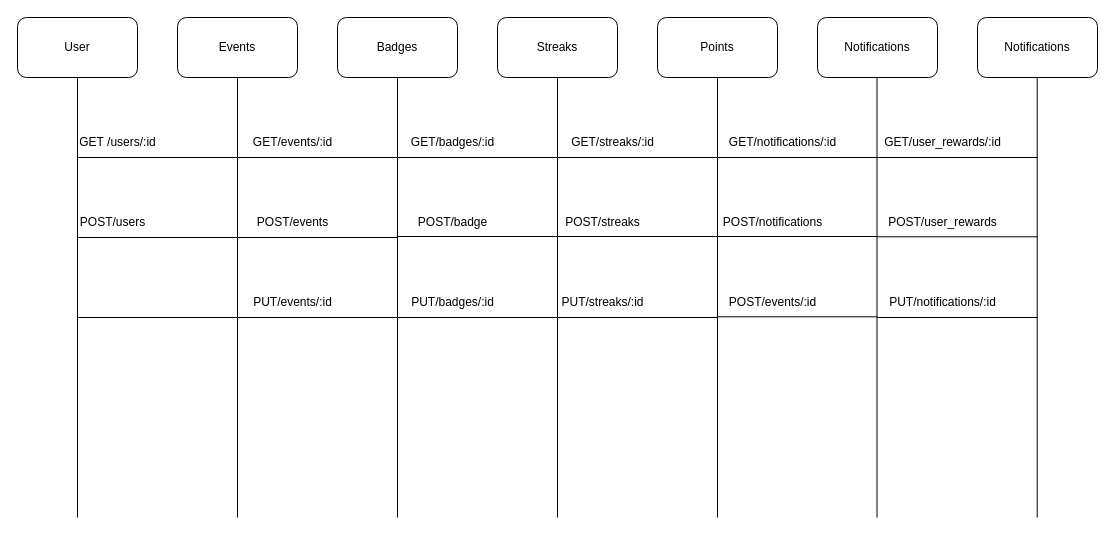
Sky-monster/Diagrams keeps this draw.io diagram as API.drawio. Above is the earlier version. Source tidied: cells renumbered, new cells numbered last; positions are measured from the earlier drawing's top-left corner, leaving out a move shared by most shapes. Both pictures are drawn from the tidied source at 100%, with x=0, y=0 at pixel (17, 17).
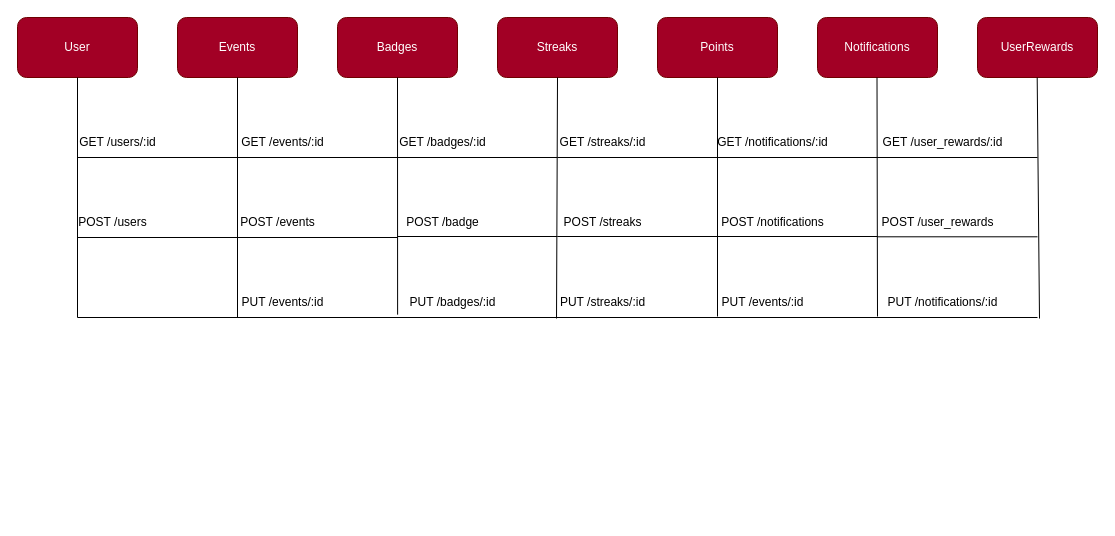
The same diagram, later.

Change to the diagram source:
```diff
@@
-    <mxCell id="2" value="User" style="rounded=1;whiteSpace=wrap;html=1;" parent="1" vertex="1">
+    <mxCell id="2" value="User" style="rounded=1;whiteSpace=wrap;html=1;fillColor=#a20025;strokeColor=#6F0000;fontFamily=Arial;fontColor=#ffffff;" parent="1" vertex="1">
       <mxGeometry width="120" height="60" as="geometry" />
     </mxCell>
-    <mxCell id="3" value="Badges" style="rounded=1;whiteSpace=wrap;html=1;" parent="1" vertex="1">
+    <mxCell id="3" value="Badges" style="rounded=1;whiteSpace=wrap;html=1;fillColor=#a20025;strokeColor=#6F0000;fontFamily=Arial;fontColor=#ffffff;" parent="1" vertex="1">
       <mxGeometry x="320" width="120" height="60" as="geometry" />
     </mxCell>
-    <mxCell id="4" value="Streaks" style="rounded=1;whiteSpace=wrap;html=1;" parent="1" vertex="1">
+    <mxCell id="4" value="Streaks" style="rounded=1;whiteSpace=wrap;html=1;fillColor=#a20025;strokeColor=#6F0000;fontFamily=Arial;fontColor=#ffffff;" parent="1" vertex="1">
       <mxGeometry x="480" width="120" height="60" as="geometry" />
     </mxCell>
-    <mxCell id="5" value="Points" style="rounded=1;whiteSpace=wrap;html=1;" parent="1" vertex="1">
+    <mxCell id="5" value="Points" style="rounded=1;whiteSpace=wrap;html=1;fillColor=#a20025;strokeColor=#6F0000;fontFamily=Arial;fontColor=#ffffff;" parent="1" vertex="1">
       <mxGeometry x="640" width="120" height="60" as="geometry" />
     </mxCell>
-    <mxCell id="6" value="Events" style="rounded=1;whiteSpace=wrap;html=1;" parent="1" vertex="1">
+    <mxCell id="6" value="Events" style="rounded=1;whiteSpace=wrap;html=1;fillColor=#a20025;strokeColor=#6F0000;fontFamily=Arial;fontColor=#ffffff;" parent="1" vertex="1">
       <mxGeometry x="160" width="120" height="60" as="geometry" />
     </mxCell>
-    <mxCell id="7" value="Notifications" style="rounded=1;whiteSpace=wrap;html=1;" parent="1" vertex="1">
+    <mxCell id="7" value="Notifications" style="rounded=1;whiteSpace=wrap;html=1;fillColor=#a20025;strokeColor=#6F0000;fontFamily=Arial;fontColor=#ffffff;" parent="1" vertex="1">
       <mxGeometry x="800" width="120" height="60" as="geometry" />
     </mxCell>
-    <mxCell id="8" style="endArrow=none;html=1;rounded=0;entryX=0.5;entryY=1;entryDx=0;entryDy=0;" parent="1" edge="1" target="3">
-      <mxGeometry relative="1" as="geometry">
-        <mxPoint x="380" y="500" as="sourcePoint" />
-      </mxGeometry>
+    <mxCell id="8" style="endArrow=none;html=1;rounded=0;entryX=0.5;entryY=1;entryDx=0;entryDy=0;exitX=0.001;exitY=0.905;exitDx=0;exitDy=0;exitPerimeter=0;" parent="1" edge="1" source="36" target="3">
+      <mxGeometry relative="1" as="geometry" />
     </mxCell>
     <mxCell id="9" style="endArrow=none;html=1;rounded=0;entryX=0.5;entryY=1;entryDx=0;entryDy=0;" parent="1" edge="1" target="5">
       <mxGeometry relative="1" as="geometry">
-        <mxPoint x="700" y="500" as="sourcePoint" />
+        <mxPoint x="700" y="299" as="sourcePoint" />
       </mxGeometry>
     </mxCell>
     <mxCell id="10" style="endArrow=none;html=1;rounded=0;entryX=0.5;entryY=1;entryDx=0;entryDy=0;" parent="1" edge="1" target="2">
       <mxGeometry relative="1" as="geometry">
-        <mxPoint x="60" y="500" as="sourcePoint" />
+        <mxPoint x="60" y="300" as="sourcePoint" />
       </mxGeometry>
     </mxCell>
-    <mxCell id="11" style="endArrow=none;html=1;rounded=0;entryX=0.5;entryY=1;entryDx=0;entryDy=0;" parent="1" edge="1" target="4">
-      <mxGeometry relative="1" as="geometry">
-        <mxPoint x="540" y="500" as="sourcePoint" />
-      </mxGeometry>
+    <mxCell id="11" style="endArrow=none;html=1;rounded=0;entryX=0.5;entryY=1;entryDx=0;entryDy=0;exitX=0.082;exitY=1.033;exitDx=0;exitDy=0;exitPerimeter=0;" parent="1" edge="1" source="39" target="4">
+      <mxGeometry relative="1" as="geometry" />
     </mxCell>
     <mxCell id="12" style="endArrow=none;html=1;rounded=0;entryX=0.5;entryY=1;entryDx=0;entryDy=0;" parent="1" edge="1" target="6">
       <mxGeometry relative="1" as="geometry">
-        <mxPoint x="220" y="500" as="sourcePoint" />
+        <mxPoint x="220" y="300" as="sourcePoint" />
       </mxGeometry>
     </mxCell>
@@
-    <mxCell id="15" value="POST/users" style="text;html=1;align=center;verticalAlign=middle;strokeColor=none;fillColor=none;" parent="1" vertex="1">
+    <mxCell id="15" value="POST /users" style="text;html=1;align=center;verticalAlign=middle;strokeColor=none;fillColor=none;" parent="1" vertex="1">
       <mxGeometry x="50" y="190" width="90" height="30" as="geometry" />
     </mxCell>
@@
-    <mxCell id="17" style="endArrow=none;html=1;rounded=0;" parent="1" edge="1">
-      <mxGeometry relative="1" as="geometry">
-        <mxPoint x="60" y="300" as="sourcePoint" />
-        <mxPoint x="220" y="300" as="targetPoint" />
-      </mxGeometry>
-    </mxCell>
@@
     <mxCell id="22" style="endArrow=none;html=1;rounded=0;entryX=0.5;entryY=1;entryDx=0;entryDy=0;" parent="1" edge="1">
       <mxGeometry relative="1" as="geometry">
-        <mxPoint x="859.5" y="500" as="sourcePoint" />
+        <mxPoint x="860" y="299" as="sourcePoint" />
         <mxPoint x="859.5" y="60" as="targetPoint" />
       </mxGeometry>
     </mxCell>
-    <mxCell id="23" value="GET/events/:id" style="text;html=1;align=center;verticalAlign=middle;strokeColor=none;fillColor=none;" parent="1" vertex="1">
-      <mxGeometry x="225" y="110" width="100" height="30" as="geometry" />
+    <mxCell id="23" value="GET /events/:id" style="text;html=1;align=center;verticalAlign=middle;strokeColor=none;fillColor=none;" parent="1" vertex="1">
+      <mxGeometry x="210" y="110" width="110" height="30" as="geometry" />
     </mxCell>
-    <mxCell id="24" value="POST/events" style="text;html=1;align=center;verticalAlign=middle;strokeColor=none;fillColor=none;" parent="1" vertex="1">
-      <mxGeometry x="230" y="190" width="90" height="30" as="geometry" />
+    <mxCell id="24" value="POST /events" style="text;html=1;align=center;verticalAlign=middle;strokeColor=none;fillColor=none;" parent="1" vertex="1">
+      <mxGeometry x="210" y="190" width="100" height="30" as="geometry" />
     </mxCell>
-    <mxCell id="25" value="PUT/events/:id" style="text;html=1;align=center;verticalAlign=middle;strokeColor=none;fillColor=none;" parent="1" vertex="1">
-      <mxGeometry x="225" y="270" width="100" height="30" as="geometry" />
+    <mxCell id="25" value="PUT /events/:id" style="text;html=1;align=center;verticalAlign=middle;strokeColor=none;fillColor=none;" parent="1" vertex="1">
+      <mxGeometry x="210" y="270" width="110" height="30" as="geometry" />
     </mxCell>
-    <mxCell id="26" value="GET/badges/:id" style="text;html=1;align=center;verticalAlign=middle;strokeColor=none;fillColor=none;" parent="1" vertex="1">
-      <mxGeometry x="380" y="110" width="110" height="30" as="geometry" />
+    <mxCell id="26" value="GET /badges/:id" style="text;html=1;align=center;verticalAlign=middle;strokeColor=none;fillColor=none;" parent="1" vertex="1">
+      <mxGeometry x="370" y="110" width="110" height="30" as="geometry" />
     </mxCell>
-    <mxCell id="27" value="POST/badge" style="text;html=1;align=center;verticalAlign=middle;strokeColor=none;fillColor=none;" parent="1" vertex="1">
-      <mxGeometry x="390" y="190" width="90" height="30" as="geometry" />
+    <mxCell id="27" value="POST /badge" style="text;html=1;align=center;verticalAlign=middle;strokeColor=none;fillColor=none;" parent="1" vertex="1">
+      <mxGeometry x="375" y="190" width="100" height="30" as="geometry" />
     </mxCell>
@@
-    <mxCell id="32" style="endArrow=none;html=1;rounded=0;" parent="1" edge="1">
-      <mxGeometry relative="1" as="geometry">
-        <mxPoint x="220" y="300" as="sourcePoint" />
-        <mxPoint x="380" y="300" as="targetPoint" />
-      </mxGeometry>
-    </mxCell>
-    <mxCell id="33" style="endArrow=none;html=1;rounded=0;" parent="1" edge="1">
-      <mxGeometry relative="1" as="geometry">
-        <mxPoint x="380" y="300" as="sourcePoint" />
-        <mxPoint x="540" y="300" as="targetPoint" />
-      </mxGeometry>
-    </mxCell>
-    <mxCell id="34" style="endArrow=none;html=1;rounded=0;" parent="1" edge="1">
-      <mxGeometry relative="1" as="geometry">
-        <mxPoint x="540" y="300" as="sourcePoint" />
-        <mxPoint x="700" y="300" as="targetPoint" />
-      </mxGeometry>
-    </mxCell>
-    <mxCell id="35" style="endArrow=none;html=1;rounded=0;" parent="1" edge="1">
-      <mxGeometry relative="1" as="geometry">
-        <mxPoint x="700" y="299.3" as="sourcePoint" />
-        <mxPoint x="860" y="299.3" as="targetPoint" />
-      </mxGeometry>
-    </mxCell>
-    <mxCell id="36" value="PUT/badges/:id" style="text;html=1;align=center;verticalAlign=middle;points=[];strokeColor=none;fillColor=none;" parent="1" vertex="1">
+    <mxCell id="36" value="PUT /badges/:id" style="text;html=1;align=center;verticalAlign=middle;points=[];strokeColor=none;fillColor=none;" parent="1" vertex="1">
       <mxGeometry x="380" y="270" width="110" height="30" as="geometry" />
     </mxCell>
-    <mxCell id="37" value="GET/streaks/:id" style="text;html=1;align=center;verticalAlign=middle;strokeColor=none;fillColor=none;" parent="1" vertex="1">
-      <mxGeometry x="540" y="110" width="110" height="30" as="geometry" />
+    <mxCell id="37" value="GET /streaks/:id" style="text;html=1;align=center;verticalAlign=middle;strokeColor=none;fillColor=none;" parent="1" vertex="1">
+      <mxGeometry x="530" y="110" width="110" height="30" as="geometry" />
     </mxCell>
-    <mxCell id="38" value="POST/streaks" style="text;html=1;align=center;verticalAlign=middle;strokeColor=none;fillColor=none;" parent="1" vertex="1">
+    <mxCell id="38" value="POST /streaks" style="text;html=1;align=center;verticalAlign=middle;strokeColor=none;fillColor=none;" parent="1" vertex="1">
       <mxGeometry x="535" y="190" width="100" height="30" as="geometry" />
     </mxCell>
-    <mxCell id="39" value="PUT/streaks/:id" style="text;html=1;align=center;verticalAlign=middle;points=[];strokeColor=none;fillColor=none;" parent="1" vertex="1">
+    <mxCell id="39" value="PUT /streaks/:id" style="text;html=1;align=center;verticalAlign=middle;points=[];strokeColor=none;fillColor=none;" parent="1" vertex="1">
       <mxGeometry x="530" y="270" width="110" height="30" as="geometry" />
     </mxCell>
-    <mxCell id="40" value="GET/notifications/:id" style="text;html=1;align=center;verticalAlign=middle;strokeColor=none;fillColor=none;" parent="1" vertex="1">
-      <mxGeometry x="700" y="110" width="130" height="30" as="geometry" />
+    <mxCell id="40" value="GET /notifications/:id" style="text;html=1;align=center;verticalAlign=middle;strokeColor=none;fillColor=none;" parent="1" vertex="1">
+      <mxGeometry x="690" y="110" width="130" height="30" as="geometry" />
     </mxCell>
-    <mxCell id="41" value="POST/notifications" style="text;html=1;align=center;verticalAlign=middle;strokeColor=none;fillColor=none;" parent="1" vertex="1">
-      <mxGeometry x="695" y="190" width="120" height="30" as="geometry" />
+    <mxCell id="41" value="POST /notifications" style="text;html=1;align=center;verticalAlign=middle;strokeColor=none;fillColor=none;" parent="1" vertex="1">
+      <mxGeometry x="690" y="190" width="130" height="30" as="geometry" />
     </mxCell>
-    <mxCell id="42" value="POST/events/:id" style="text;html=1;align=center;verticalAlign=middle;strokeColor=none;fillColor=none;" parent="1" vertex="1">
-      <mxGeometry x="700" y="270" width="110" height="30" as="geometry" />
+    <mxCell id="42" value="PUT /events/:id" style="text;html=1;align=center;verticalAlign=middle;strokeColor=none;fillColor=none;" parent="1" vertex="1">
+      <mxGeometry x="690" y="270" width="110" height="30" as="geometry" />
     </mxCell>
-    <mxCell id="43" value="GET/user_rewards/:id" style="text;html=1;align=center;verticalAlign=middle;strokeColor=none;fillColor=none;" parent="1" vertex="1">
+    <mxCell id="43" value="GET /user_rewards/:id" style="text;html=1;align=center;verticalAlign=middle;strokeColor=none;fillColor=none;" parent="1" vertex="1">
       <mxGeometry x="855" y="110" width="140" height="30" as="geometry" />
     </mxCell>
-    <mxCell id="44" value="Notifications" style="rounded=1;whiteSpace=wrap;html=1;" parent="1" vertex="1">
+    <mxCell id="44" value="UserRewards" style="rounded=1;whiteSpace=wrap;html=1;fillColor=#a20025;strokeColor=#6F0000;fontFamily=Arial;fontColor=#ffffff;" parent="1" vertex="1">
       <mxGeometry x="960" width="120" height="60" as="geometry" />
     </mxCell>
     <mxCell id="45" style="endArrow=none;html=1;rounded=0;entryX=0.5;entryY=1;entryDx=0;entryDy=0;" parent="1" edge="1">
       <mxGeometry relative="1" as="geometry">
-        <mxPoint x="1019.7" y="500" as="sourcePoint" />
+        <mxPoint x="1022" y="301" as="sourcePoint" />
         <mxPoint x="1019.7" y="60" as="targetPoint" />
       </mxGeometry>
     </mxCell>
@@
-    <mxCell id="48" value="POST/user_rewards" style="text;html=1;align=center;verticalAlign=middle;strokeColor=none;fillColor=none;" parent="1" vertex="1">
-      <mxGeometry x="860" y="190" width="130" height="30" as="geometry" />
+    <mxCell id="48" value="POST /user_rewards" style="text;html=1;align=center;verticalAlign=middle;strokeColor=none;fillColor=none;" parent="1" vertex="1">
+      <mxGeometry x="850" y="190" width="140" height="30" as="geometry" />
     </mxCell>
-    <mxCell id="49" value="PUT/notifications/:id" style="text;html=1;align=center;verticalAlign=middle;strokeColor=none;fillColor=none;" parent="1" vertex="1">
+    <mxCell id="49" value="PUT /notifications/:id" style="text;html=1;align=center;verticalAlign=middle;strokeColor=none;fillColor=none;" parent="1" vertex="1">
       <mxGeometry x="860" y="270" width="130" height="30" as="geometry" />
     </mxCell>
-    <mxCell id="50" style="endArrow=none;html=1;rounded=0;" parent="1" edge="1">
-      <mxGeometry relative="1" as="geometry">
-        <mxPoint x="860" y="300" as="sourcePoint" />
-        <mxPoint x="1020" y="300" as="targetPoint" />
-      </mxGeometry>
-    </mxCell>
+    <mxCell id="51" style="endArrow=none;html=1;rounded=0;" parent="1" edge="1">
+      <mxGeometry relative="1" as="geometry">
+        <mxPoint x="60" y="300" as="sourcePoint" />
+        <mxPoint x="1020" y="300" as="targetPoint" />
+      </mxGeometry>
+    </mxCell>
```
